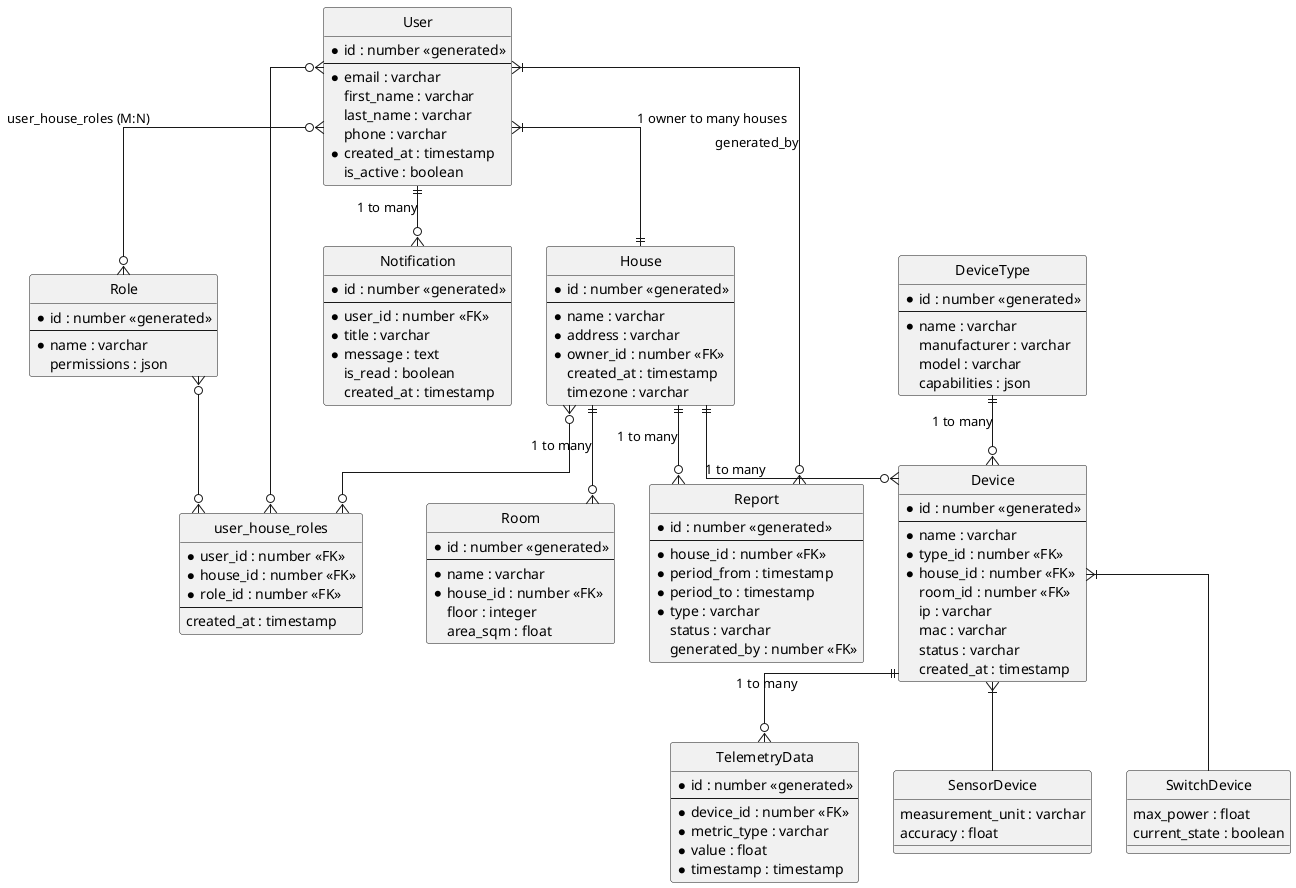
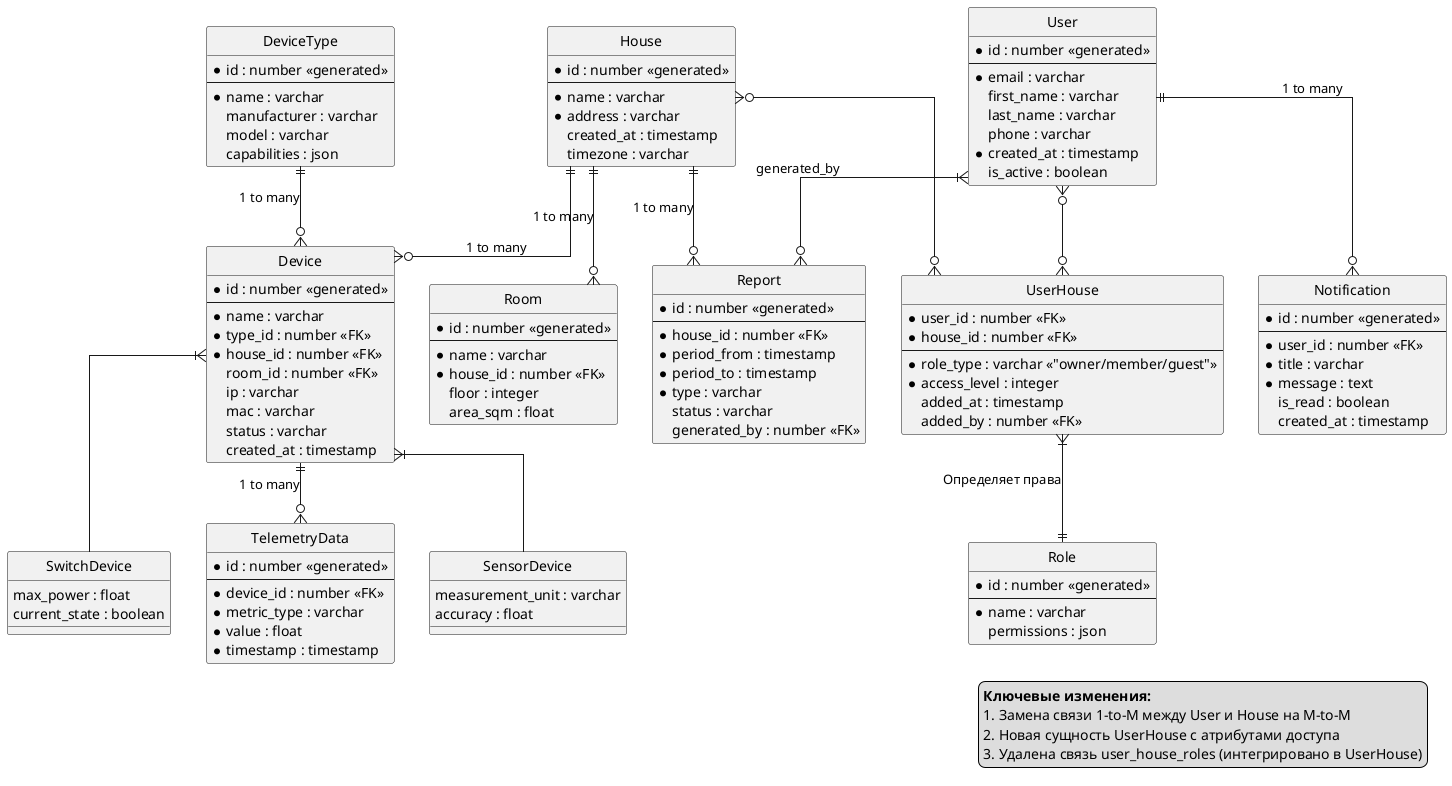
- @startuml ER Diagram for Smart Home System
+ @startuml ER Diagram for Smart Home System (v2)

' Настройки отображения
hide circle
skinparam linetype ortho

' Сущности
entity User {
  * id : number <<generated>>
  --
  * email : varchar
  first_name : varchar
  last_name : varchar
  phone : varchar
  * created_at : timestamp
  is_active : boolean
}

+ entity House {
+   * id : number <<generated>>
+   --
+   * name : varchar
+   * address : varchar
+   created_at : timestamp
+   timezone : varchar
+ }
+ 
+ ' Новая промежуточная сущность
+ entity UserHouse {
+   * user_id : number <<FK>>
+   * house_id : number <<FK>>
+   --
+   * role_type : varchar <<"owner/member/guest">>
+   * access_level : integer
+   added_at : timestamp
+   added_by : number <<FK>>
+ }
+ 
+ ' Остальные сущности остаются без изменений
entity Role {
  * id : number <<generated>>
  --
  * name : varchar
  permissions : json
- }
- 
- entity House {
-   * id : number <<generated>>
-   --
-   * name : varchar
-   * address : varchar
-   * owner_id : number <<FK>>
-   created_at : timestamp
-   timezone : varchar
}

entity Room {
  * id : number <<generated>>
  --
  * name : varchar
  * house_id : number <<FK>>
  floor : integer
  area_sqm : float
}

entity DeviceType {
  * id : number <<generated>>
  --
  * name : varchar
  manufacturer : varchar
  model : varchar
  capabilities : json
}

entity Device {
  * id : number <<generated>>
  --
  * name : varchar
  * type_id : number <<FK>>
  * house_id : number <<FK>>
  room_id : number <<FK>>
  ip : varchar
  mac : varchar
  status : varchar
  created_at : timestamp
}

entity TelemetryData {
  * id : number <<generated>>
  --
  * device_id : number <<FK>>
  * metric_type : varchar
  * value : float
  * timestamp : timestamp
}

entity Report {
  * id : number <<generated>>
  --
  * house_id : number <<FK>>
  * period_from : timestamp
  * period_to : timestamp
  * type : varchar
  status : varchar
  generated_by : number <<FK>>
}

entity Notification {
  * id : number <<generated>>
  --
  * user_id : number <<FK>>
  * title : varchar
  * message : text
  is_read : boolean
  created_at : timestamp
}

- ' Связи
- User }|--|| House : "1 owner to many houses"
- User }o--o{ Role : "user_house_roles (M:N)"
+ ' Обновлённые связи Many-to-Many
+ User }o--o{ UserHouse
+ House }o--o{ UserHouse
+ 
+ ' Остальные связи
+ UserHouse }|--|| Role : "Определяет права"
House ||--o{ Room : "1 to many"
House ||--o{ Device : "1 to many"
DeviceType ||--o{ Device : "1 to many"
Device ||--o{ TelemetryData : "1 to many"
User ||--o{ Notification : "1 to many"
House ||--o{ Report : "1 to many"
User }|--o{ Report : "generated_by"
- 
- ' Связующая таблица для M:N
- entity user_house_roles {
-   * user_id : number <<FK>>
-   * house_id : number <<FK>>
-   * role_id : number <<FK>>
-   --
-   created_at : timestamp
- }
- 
- User }o--o{ user_house_roles
- House }o--o{ user_house_roles
- Role }o--o{ user_house_roles

' Наследование устройств
entity SensorDevice {
  measurement_unit : varchar
  accuracy : float
}

entity SwitchDevice {
  max_power : float
  current_state : boolean
}

Device }|-- SensorDevice
Device }|-- SwitchDevice

+ legend right
+   <b>Ключевые изменения:</b>
+   1. Замена связи 1-to-M между User и House на M-to-M
+   2. Новая сущность UserHouse с атрибутами доступа
+   3. Удалена связь user_house_roles (интегрировано в UserHouse)
+ endlegend
+ 
@enduml
